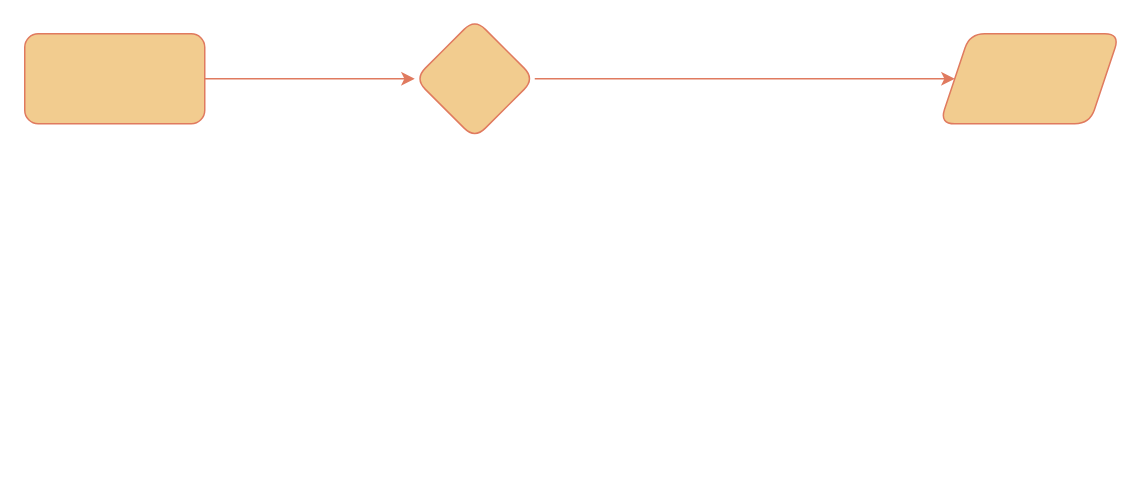
This is page "第 1 页" (1 of 2) of 未命名绘图.drawio from Eiji1422/diagrams, a draw.io file, before an edit. Source tidied: cells renumbered, new cells numbered last; positions are measured from the earlier drawing's top-left corner, leaving out a move shared by most shapes. Both pictures are drawn from the tidied source at 150%, with x=0, y=0 at pixel (24, 18).
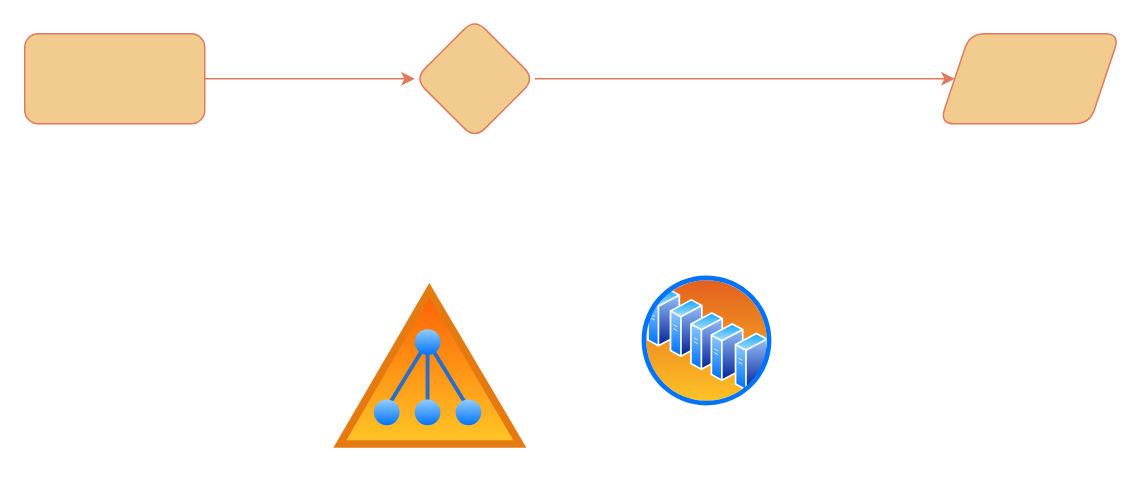
The same diagram, later.

Commit message:
更新未命名绘图.drawio

Diff of the diagram source:
```diff
@@
 <mxGraphModel>
   <root>
     <mxCell id="0" />
     <mxCell id="1" parent="0" />
     <mxCell id="2" style="edgeStyle=orthogonalEdgeStyle;rounded=1;hachureGap=4;jettySize=auto;html=1;fontFamily=Architects Daughter;labelBackgroundColor=none;fontColor=default;strokeColor=#E07A5F;flowAnimation=1;shadow=0;" parent="1" edge="1" source="5" target="6">
       <mxGeometry relative="1" as="geometry" />
     </mxCell>
     <mxCell id="3" style="edgeStyle=orthogonalEdgeStyle;rounded=1;hachureGap=4;jettySize=auto;html=1;fontFamily=Architects Daughter;labelBackgroundColor=none;fontColor=default;strokeColor=#E07A5F;flowAnimation=1;" parent="1" edge="1" source="4" target="5">
       <mxGeometry relative="1" as="geometry" />
     </mxCell>
     <mxCell id="4" style="rounded=1;whiteSpace=wrap;html=1;hachureGap=4;fontFamily=Architects Daughter;labelBackgroundColor=none;fillColor=#F2CC8F;strokeColor=#E07A5F;fontColor=#393C56;" parent="1" vertex="1">
       <mxGeometry y="10" width="120" height="60" as="geometry" />
     </mxCell>
     <mxCell id="5" style="rhombus;whiteSpace=wrap;html=1;fontFamily=Architects Daughter;rounded=1;hachureGap=4;labelBackgroundColor=none;fillColor=#F2CC8F;strokeColor=#E07A5F;fontColor=#393C56;" parent="1" vertex="1">
       <mxGeometry x="260" width="80" height="80" as="geometry" />
     </mxCell>
     <mxCell id="6" style="shape=parallelogram;perimeter=parallelogramPerimeter;whiteSpace=wrap;html=1;fixedSize=1;fontFamily=Architects Daughter;rounded=1;hachureGap=4;labelBackgroundColor=none;fillColor=#F2CC8F;strokeColor=#E07A5F;fontColor=#393C56;noLabel=0;direction=west;portConstraintRotation=0;fixDash=0;enumerate=0;comic=0;" parent="1" vertex="1">
       <mxGeometry x="610" y="10" width="120" height="60" as="geometry" />
     </mxCell>
+    <mxCell id="7" style="image;perimeter=ellipsePerimeter;html=1;align=center;shadow=0;dashed=0;spacingTop=3;image=img/lib/active_directory/active_directory.svg;noLabel=0;" parent="1" vertex="1">
+      <mxGeometry x="200" y="170" width="141.2" height="120" as="geometry" />
+    </mxCell>
+    <mxCell id="8" style="image;perimeter=ellipsePerimeter;html=1;align=center;shadow=0;dashed=0;spacingTop=3;image=img/lib/active_directory/server_farm.svg;" parent="1" vertex="1">
+      <mxGeometry x="410" y="170" width="90" height="90" as="geometry" />
+    </mxCell>
   </root>
 </mxGraphModel>
```
